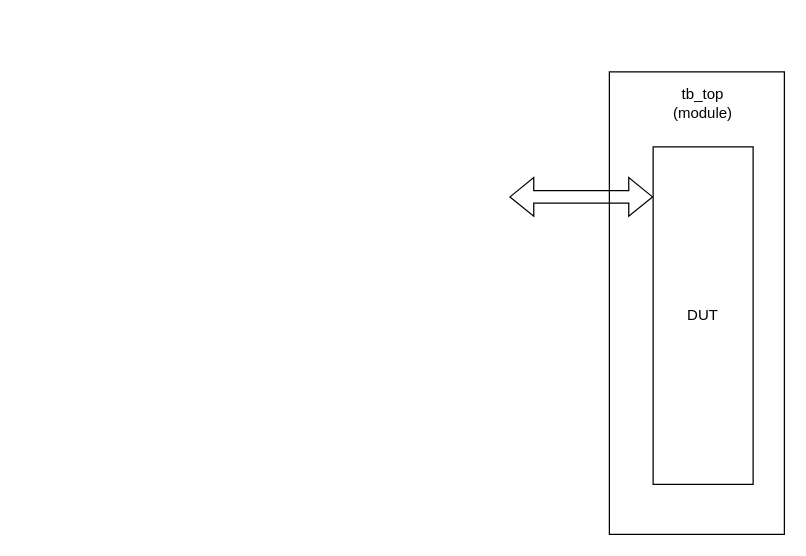
Earlier version of the draw.io diagram testbench0.drawio (jieunjeong21/doc). Source tidied: cells renumbered, new cells numbered last; positions are measured from the earlier drawing's top-left corner, leaving out a move shared by most shapes. Both pictures are drawn from the tidied source at 125%, with x=0, y=0 at pixel (509, 71).
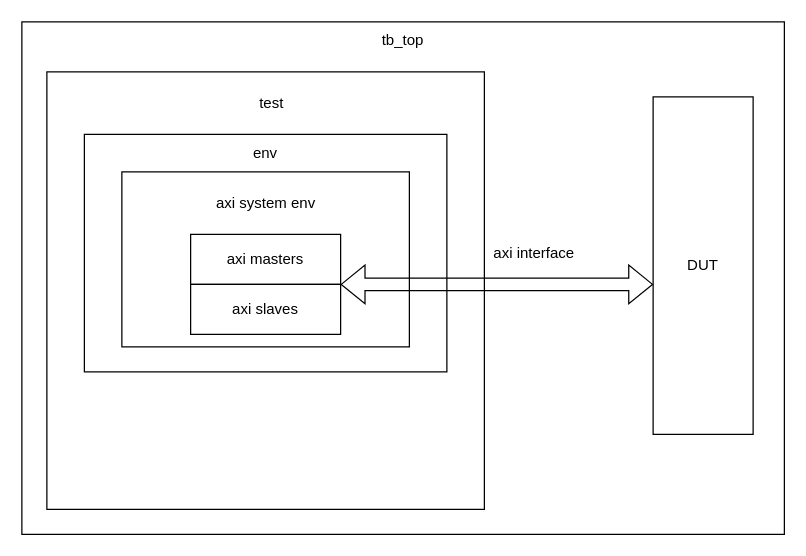
Above is the later version.

What changed in the source:
```diff
@@
 <mxGraphModel>
   <root>
     <mxCell id="0" />
     <mxCell id="1" parent="0" />
     <mxCell id="2" style="rounded=0;whiteSpace=wrap;html=1;" parent="1" vertex="1">
-      <mxGeometry x="80" width="140" height="370" as="geometry" />
+      <mxGeometry x="-390" y="-40" width="610" height="410" as="geometry" />
     </mxCell>
-    <mxCell id="3" value="tb_top&lt;div&gt;(module)&lt;/div&gt;" style="text;html=1;align=center;verticalAlign=middle;whiteSpace=wrap;rounded=0;" parent="1" vertex="1">
-      <mxGeometry x="100" y="10" width="110" height="30" as="geometry" />
+    <mxCell id="3" value="tb_top" style="text;html=1;align=center;verticalAlign=middle;whiteSpace=wrap;rounded=0;" parent="1" vertex="1">
+      <mxGeometry x="-140" y="-40" width="110" height="30" as="geometry" />
     </mxCell>
     <mxCell id="4" value="DUT" style="rounded=0;whiteSpace=wrap;html=1;" parent="1" vertex="1">
-      <mxGeometry x="115" y="60" width="80" height="270" as="geometry" />
+      <mxGeometry x="115" y="20" width="80" height="270" as="geometry" />
     </mxCell>
-    <mxCell id="5" style="shape=flexArrow;endArrow=classic;startArrow=classic;html=1;rounded=0;" parent="1" edge="1">
-      <mxGeometry relative="1" as="geometry">
-        <mxPoint y="100" as="sourcePoint" />
-        <mxPoint x="115" y="100" as="targetPoint" />
-      </mxGeometry>
-    </mxCell>
+    <mxCell id="6" value="axi interface" style="text;html=1;align=center;verticalAlign=middle;whiteSpace=wrap;rounded=0;" parent="1" vertex="1">
+      <mxGeometry x="-20" y="130" width="80" height="30" as="geometry" />
+    </mxCell>
+    <mxCell id="7" style="rounded=0;whiteSpace=wrap;html=1;" parent="1" vertex="1">
+      <mxGeometry x="-370" width="350" height="350" as="geometry" />
+    </mxCell>
+    <mxCell id="8" value="test" style="text;html=1;align=center;verticalAlign=middle;whiteSpace=wrap;rounded=0;" parent="1" vertex="1">
+      <mxGeometry x="-220" y="10" width="60" height="30" as="geometry" />
+    </mxCell>
+    <mxCell id="9" style="rounded=0;whiteSpace=wrap;html=1;" parent="1" vertex="1">
+      <mxGeometry x="-340" y="50" width="290" height="190" as="geometry" />
+    </mxCell>
+    <mxCell id="10" value="env" style="text;html=1;align=center;verticalAlign=middle;whiteSpace=wrap;rounded=0;" parent="1" vertex="1">
+      <mxGeometry x="-225" y="50" width="60" height="30" as="geometry" />
+    </mxCell>
+    <mxCell id="11" style="rounded=0;whiteSpace=wrap;html=1;" parent="1" vertex="1">
+      <mxGeometry x="-310" y="80" width="230" height="140" as="geometry" />
+    </mxCell>
+    <mxCell id="12" value="axi system env" style="text;html=1;align=center;verticalAlign=middle;whiteSpace=wrap;rounded=0;" parent="1" vertex="1">
+      <mxGeometry x="-242.5" y="90" width="95" height="30" as="geometry" />
+    </mxCell>
+    <mxCell id="13" style="shape=flexArrow;endArrow=classic;startArrow=classic;html=1;rounded=0;endSize=6;strokeWidth=1;exitX=1;exitY=0;exitDx=0;exitDy=0;" parent="1" edge="1" source="15">
+      <mxGeometry relative="1" as="geometry">
+        <mxPoint x="115" y="170" as="targetPoint" />
+      </mxGeometry>
+    </mxCell>
+    <mxCell id="14" value="axi masters" style="rounded=0;whiteSpace=wrap;html=1;" parent="1" vertex="1">
+      <mxGeometry x="-255" y="130" width="120" height="40" as="geometry" />
+    </mxCell>
+    <mxCell id="15" value="axi slaves" style="rounded=0;whiteSpace=wrap;html=1;" parent="1" vertex="1">
+      <mxGeometry x="-255" y="170" width="120" height="40" as="geometry" />
+    </mxCell>
   </root>
 </mxGraphModel>
```
